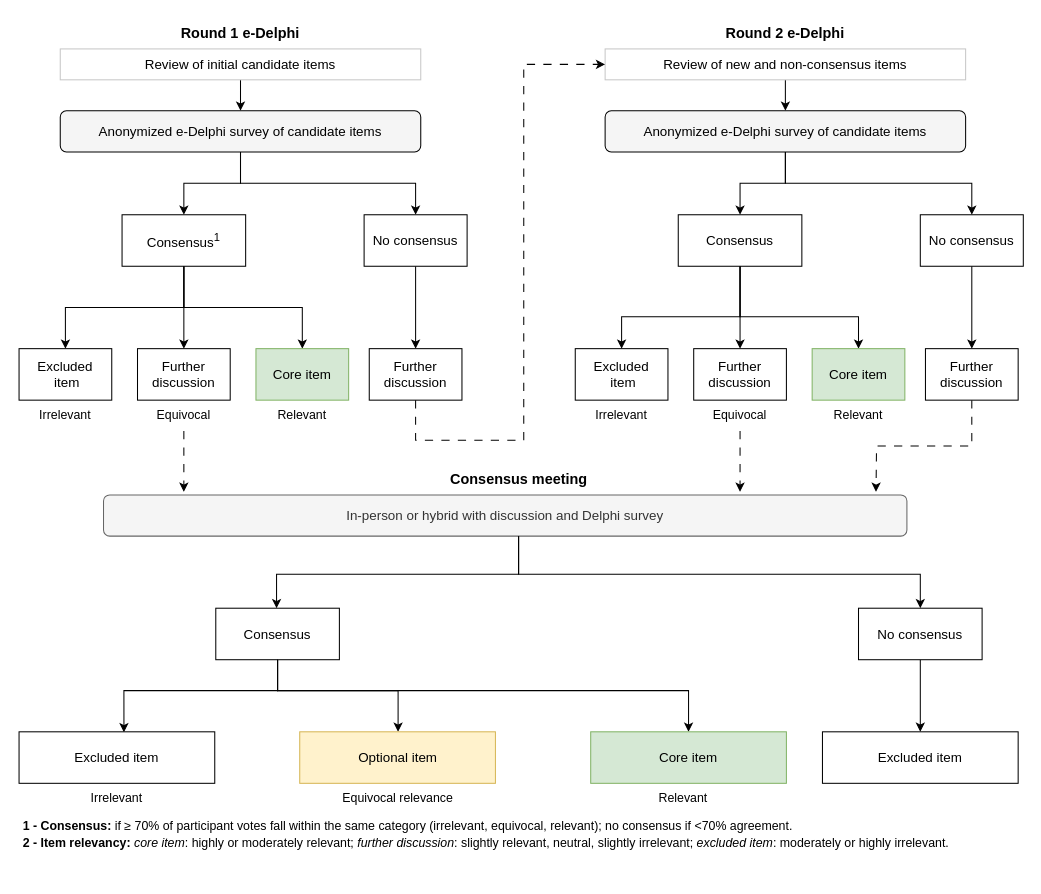
Earlier version of the draw.io diagram qmd/assets/delphi_consensus_process.drawio (Big-Life-Lab/PHES-EF). Source tidied: cells renumbered, new cells numbered last; positions are measured from the earlier drawing's top-left corner, leaving out a move shared by most shapes. Both pictures are drawn from the tidied source at 103%, with x=0, y=0 at pixel (18, 18).
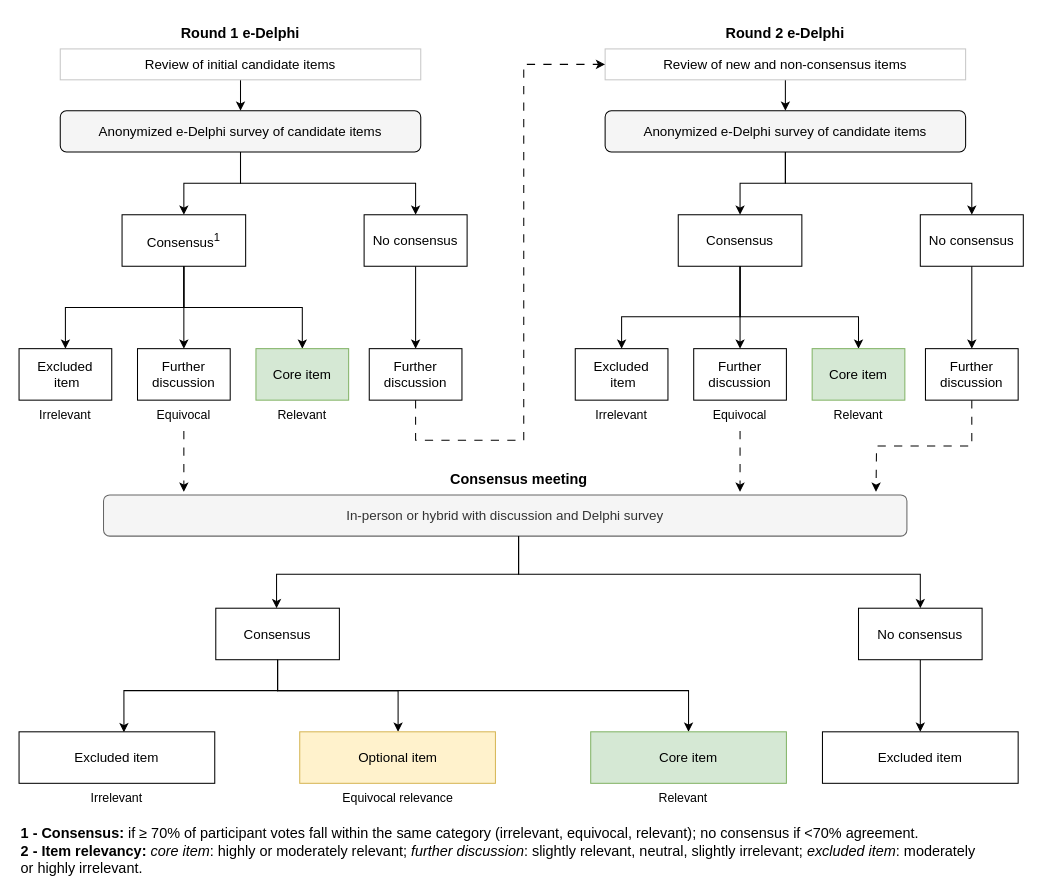
The same diagram, later.

What changed in the source:
```diff
@@
-    <mxCell id="21" value="&lt;b&gt;1 - Consensus:&lt;/b&gt; if&amp;nbsp;&lt;span style=&quot;font-size: 12px; line-height: 15.6933px; font-family: Calibri, sans-serif;&quot;&gt;≥ 70% of participant votes fall within the same category (irrelevant, equivocal, relevant); no consensus if &amp;lt;70% agreement.&lt;br&gt;&lt;b&gt;2 - Item relevancy:&lt;/b&gt; &lt;i&gt;core item&lt;/i&gt;: highly or moderately relevant; &lt;i&gt;further discussion&lt;/i&gt;: slightly relevant, neutral, slightly irrelevant; &lt;i&gt;excluded item&lt;/i&gt;: moderately or highly irrelevant.&lt;br&gt;&lt;/span&gt;&lt;span style=&quot;font-size: 12px;&quot;&gt;&lt;/span&gt;" style="text;html=1;strokeColor=none;fillColor=none;align=left;verticalAlign=middle;whiteSpace=wrap;rounded=0;fontSize=12;" parent="1" vertex="1">
-      <mxGeometry x="3" y="773" width="930" height="40" as="geometry" />
+    <mxCell id="21" value="&lt;font style=&quot;font-size: 14px;&quot;&gt;&lt;b&gt;1 - Consensus:&lt;/b&gt; if&amp;nbsp;&lt;span style=&quot;line-height: 15.6933px; font-family: Calibri, sans-serif;&quot;&gt;≥ 70% of participant votes fall within the same category (irrelevant, equivocal, relevant); no consensus if &amp;lt;70% agreement.&lt;br&gt;&lt;font style=&quot;&quot;&gt;&lt;b style=&quot;&quot;&gt;2 - Item relevancy:&lt;/b&gt; &lt;i style=&quot;&quot;&gt;core item&lt;/i&gt;: highly or moderately relevant; &lt;i style=&quot;&quot;&gt;further discussion&lt;/i&gt;: slightly relevant, neutral, slightly irrelevant; &lt;i style=&quot;&quot;&gt;excluded item&lt;/i&gt;: moderately or highly irrelevant.&lt;br&gt;&lt;/font&gt;&lt;/span&gt;&lt;/font&gt;&lt;span style=&quot;font-size: 12px;&quot;&gt;&lt;/span&gt;" style="text;html=1;strokeColor=none;fillColor=none;align=left;verticalAlign=middle;whiteSpace=wrap;rounded=0;fontSize=12;" parent="1" vertex="1">
+      <mxGeometry x="1" y="789" width="930" height="40" as="geometry" />
     </mxCell>
```
